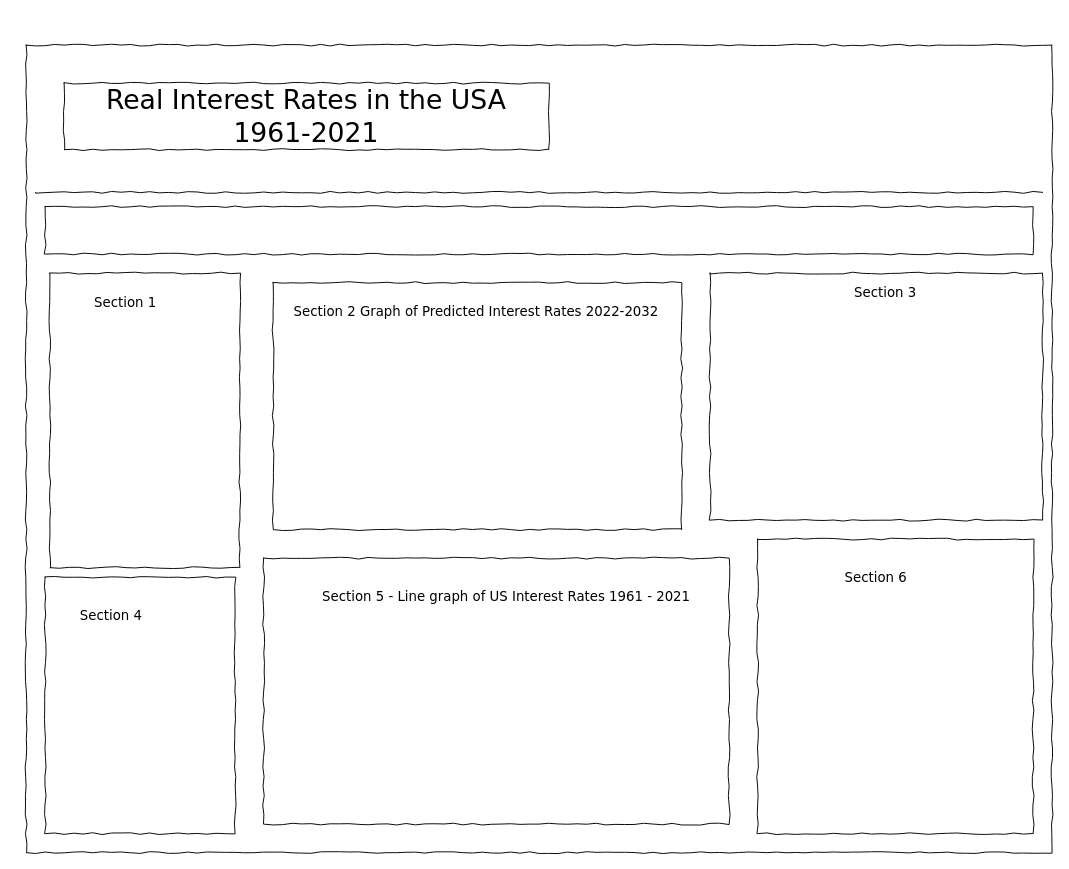
Above: Untitled Diagram.drawio in MariePCCT/Combined_CA_Marie (draw.io), before the change. Source tidied: cells renumbered, new cells numbered last; positions are measured from the earlier drawing's top-left corner, leaving out a move shared by most shapes. Both pictures are drawn from the tidied source at 95%, with x=0, y=0 at pixel (26, 45).
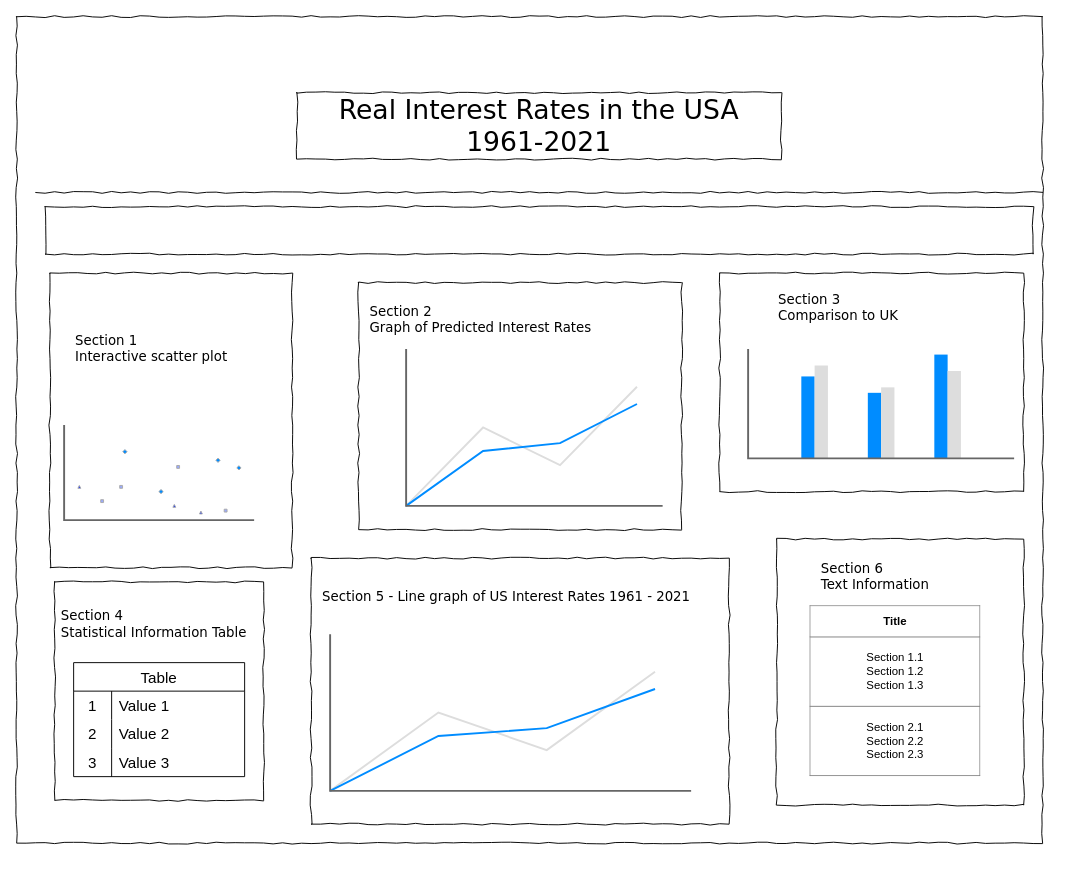
After the change.

Change to the diagram source:
```diff
@@
     <mxCell id="2" style="whiteSpace=wrap;html=1;rounded=0;shadow=0;labelBackgroundColor=none;strokeColor=#000000;strokeWidth=1;fillColor=none;fontFamily=Verdana;fontSize=12;fontColor=#000000;align=center;comic=1;" parent="1" vertex="1">
-      <mxGeometry width="1080" height="850" as="geometry" />
+      <mxGeometry x="-10" y="-30" width="1080" height="870" as="geometry" />
     </mxCell>
     <mxCell id="3" value="Real Interest Rates in the USA 1961-2021" style="whiteSpace=wrap;html=1;rounded=0;shadow=0;labelBackgroundColor=none;strokeWidth=1;fontFamily=Verdana;fontSize=28;align=center;comic=1;" parent="1" vertex="1">
-      <mxGeometry x="40" y="40" width="510" height="70" as="geometry" />
+      <mxGeometry x="285" y="50" width="510" height="70" as="geometry" />
     </mxCell>
     <mxCell id="4" style="whiteSpace=wrap;html=1;rounded=0;shadow=0;labelBackgroundColor=none;strokeWidth=1;fillColor=none;fontFamily=Verdana;fontSize=12;align=center;comic=1;" parent="1" vertex="1">
-      <mxGeometry x="20" y="560" width="200" height="270" as="geometry" />
+      <mxGeometry x="30" y="565" width="220" height="230" as="geometry" />
     </mxCell>
@@
-    <mxCell id="7" value="Section 3" style="text;html=1;align=left;verticalAlign=top;spacingTop=-4;fontSize=14;fontFamily=Verdana;" parent="1" vertex="1">
-      <mxGeometry x="870" y="250" width="60" height="20" as="geometry" />
+    <mxCell id="7" value="&lt;br&gt;Section 3&lt;br&gt;Comparison to UK" style="text;html=1;align=left;verticalAlign=top;spacingTop=-4;fontSize=14;fontFamily=Verdana;" parent="1" vertex="1">
+      <mxGeometry x="790" y="240" width="60" height="20" as="geometry" />
     </mxCell>
     <mxCell id="8" value="&lt;div style=&quot;text-align: justify&quot;&gt;&lt;br&gt;&lt;/div&gt;" style="whiteSpace=wrap;html=1;rounded=0;shadow=0;labelBackgroundColor=none;strokeWidth=1;fillColor=none;fontFamily=Verdana;fontSize=12;align=center;verticalAlign=top;spacing=10;comic=1;" parent="1" vertex="1">
-      <mxGeometry x="250" y="540" width="490" height="280" as="geometry" />
+      <mxGeometry x="300" y="540" width="440" height="280" as="geometry" />
     </mxCell>
     <mxCell id="9" style="whiteSpace=wrap;html=1;rounded=0;shadow=0;labelBackgroundColor=none;strokeWidth=1;fillColor=none;fontFamily=Verdana;fontSize=12;align=center;comic=1;" parent="1" vertex="1">
-      <mxGeometry x="260" y="250" width="430" height="260" as="geometry" />
+      <mxGeometry x="350" y="250" width="340" height="260" as="geometry" />
     </mxCell>
     <mxCell id="10" style="whiteSpace=wrap;html=1;rounded=0;shadow=0;labelBackgroundColor=none;strokeWidth=1;fillColor=none;fontFamily=Verdana;fontSize=12;align=center;comic=1;" parent="1" vertex="1">
-      <mxGeometry x="770" y="520" width="290" height="310" as="geometry" />
+      <mxGeometry x="790" y="520" width="260" height="280" as="geometry" />
     </mxCell>
-    <mxCell id="11" value="Section 4" style="text;html=1;align=left;verticalAlign=top;spacingTop=-4;fontSize=14;fontFamily=Verdana;" parent="1" vertex="1">
-      <mxGeometry x="55" y="590" width="170" height="20" as="geometry" />
+    <mxCell id="11" value="Section 4&lt;br&gt;Statistical Information Table" style="text;html=1;align=left;verticalAlign=top;spacingTop=-4;fontSize=14;fontFamily=Verdana;" parent="1" vertex="1">
+      <mxGeometry x="35" y="590" width="170" height="20" as="geometry" />
     </mxCell>
@@
-    <mxCell id="13" value="Section 6" style="text;html=1;align=left;verticalAlign=top;spacingTop=-4;fontSize=14;fontFamily=Verdana;" parent="1" vertex="1">
-      <mxGeometry x="860" y="550" width="170" height="20" as="geometry" />
+    <mxCell id="13" value="Section 6 &lt;br&gt;Text Information" style="text;html=1;align=left;verticalAlign=top;spacingTop=-4;fontSize=14;fontFamily=Verdana;" parent="1" vertex="1">
+      <mxGeometry x="835" y="540" width="170" height="20" as="geometry" />
     </mxCell>
     <mxCell id="14" style="whiteSpace=wrap;html=1;rounded=0;shadow=0;labelBackgroundColor=none;strokeWidth=1;fillColor=none;fontFamily=Verdana;fontSize=12;align=center;comic=1;" parent="1" vertex="1">
-      <mxGeometry x="25" y="240" width="200" height="310" as="geometry" />
+      <mxGeometry x="25" y="240" width="255" height="310" as="geometry" />
     </mxCell>
     <mxCell id="15" style="whiteSpace=wrap;html=1;rounded=0;shadow=0;labelBackgroundColor=none;strokeWidth=1;fillColor=none;fontFamily=Verdana;fontSize=12;align=center;comic=1;" parent="1" vertex="1">
-      <mxGeometry x="720" y="240" width="350" height="260" as="geometry" />
+      <mxGeometry x="730" y="240" width="320" height="230" as="geometry" />
     </mxCell>
-    <mxCell id="16" value="Section 1" style="text;html=1;align=left;verticalAlign=top;spacingTop=-4;fontSize=14;fontFamily=Verdana;" parent="1" vertex="1">
-      <mxGeometry x="70" y="260" width="60" height="20" as="geometry" />
+    <mxCell id="16" value="Section 1&lt;br&gt;Interactive scatter plot" style="text;html=1;align=left;verticalAlign=top;spacingTop=-4;fontSize=14;fontFamily=Verdana;" parent="1" vertex="1">
+      <mxGeometry x="50" y="300" width="60" height="20" as="geometry" />
     </mxCell>
-    <mxCell id="17" value="Section 2 Graph of Predicted Interest Rates 2022-2032" style="text;html=1;align=left;verticalAlign=top;spacingTop=-4;fontSize=14;fontFamily=Verdana;" parent="1" vertex="1">
-      <mxGeometry x="280" y="270" width="60" height="20" as="geometry" />
+    <mxCell id="17" value="Section 2 &lt;br&gt;Graph of Predicted Interest Rates" style="text;html=1;align=left;verticalAlign=top;spacingTop=-4;fontSize=14;fontFamily=Verdana;" parent="1" vertex="1">
+      <mxGeometry x="360" y="270" width="60" height="20" as="geometry" />
     </mxCell>
+    <mxCell id="18" style="verticalLabelPosition=bottom;shadow=0;dashed=0;align=center;html=1;verticalAlign=top;strokeWidth=1;shape=mxgraph.mockup.graphics.lineChart;strokeColor=none;strokeColor2=#666666;strokeColor3=#008cff;strokeColor4=#dddddd;" parent="1" vertex="1">
+      <mxGeometry x="400" y="320" width="270" height="165" as="geometry" />
+    </mxCell>
+    <mxCell id="19" style="verticalLabelPosition=bottom;shadow=0;dashed=0;align=center;html=1;verticalAlign=top;strokeWidth=1;shape=mxgraph.mockup.graphics.lineChart;strokeColor=none;strokeColor2=#666666;strokeColor3=#008cff;strokeColor4=#dddddd;" parent="1" vertex="1">
+      <mxGeometry x="320" y="620" width="380" height="165" as="geometry" />
+    </mxCell>
+    <mxCell id="20" style="verticalLabelPosition=bottom;shadow=0;dashed=0;align=center;html=1;verticalAlign=top;strokeWidth=1;shape=mxgraph.mockup.graphics.plotChart;strokeColor=none;strokeColor2=#aaaaaa;strokeColor3=#666666;fillColor2=#99aaff,#0022ff,#008cff;" parent="1" vertex="1">
+      <mxGeometry x="40" y="400" width="200" height="100" as="geometry" />
+    </mxCell>
+    <mxCell id="21" style="verticalLabelPosition=bottom;shadow=0;dashed=0;align=center;html=1;verticalAlign=top;strokeWidth=1;shape=mxgraph.mockup.graphics.columnChart;strokeColor=none;strokeColor2=none;strokeColor3=#666666;fillColor2=#008cff;fillColor3=#dddddd;" parent="1" vertex="1">
+      <mxGeometry x="760" y="320" width="280" height="115" as="geometry" />
+    </mxCell>
+    <mxCell id="22" value="Table" style="shape=table;startSize=30;childLayout=tableLayout;rowLines=0;fontStyle=0;strokeColor=default;fontSize=16;" parent="1" vertex="1">
+      <mxGeometry x="50" y="650" width="180" height="120" as="geometry" />
+    </mxCell>
+    <mxCell id="23" style="shape=tableRow;horizontal=0;startSize=0;swimlaneHead=0;swimlaneBody=0;top=0;left=0;bottom=0;right=0;fillColor=none;strokeColor=inherit;fontSize=16;" parent="22" vertex="1">
+      <mxGeometry y="30" width="180" height="30" as="geometry" />
+    </mxCell>
+    <mxCell id="24" value="1" style="shape=partialRectangle;html=1;whiteSpace=wrap;fillColor=none;top=0;left=0;bottom=0;right=0;overflow=hidden;strokeColor=inherit;fontSize=16;" parent="23" vertex="1">
+      <mxGeometry width="40" height="30" as="geometry" />
+    </mxCell>
+    <mxCell id="25" value="Value 1" style="shape=partialRectangle;html=1;whiteSpace=wrap;fillColor=none;top=0;left=0;bottom=0;right=0;align=left;spacingLeft=6;overflow=hidden;strokeColor=inherit;fontSize=16;" parent="23" vertex="1">
+      <mxGeometry x="40" width="140" height="30" as="geometry" />
+    </mxCell>
+    <mxCell id="26" style="shape=tableRow;horizontal=0;startSize=0;swimlaneHead=0;swimlaneBody=0;top=0;left=0;bottom=0;right=0;fillColor=none;strokeColor=inherit;fontSize=16;" parent="22" vertex="1">
+      <mxGeometry y="60" width="180" height="30" as="geometry" />
+    </mxCell>
+    <mxCell id="27" value="2" style="shape=partialRectangle;html=1;whiteSpace=wrap;fillColor=none;top=0;left=0;bottom=0;right=0;overflow=hidden;strokeColor=inherit;fontSize=16;" parent="26" vertex="1">
+      <mxGeometry width="40" height="30" as="geometry" />
+    </mxCell>
+    <mxCell id="28" value="Value 2" style="shape=partialRectangle;html=1;whiteSpace=wrap;fillColor=none;top=0;left=0;bottom=0;right=0;align=left;spacingLeft=6;overflow=hidden;strokeColor=inherit;fontSize=16;" parent="26" vertex="1">
+      <mxGeometry x="40" width="140" height="30" as="geometry" />
+    </mxCell>
+    <mxCell id="29" style="shape=tableRow;horizontal=0;startSize=0;swimlaneHead=0;swimlaneBody=0;top=0;left=0;bottom=0;right=0;fillColor=none;strokeColor=inherit;fontSize=16;" parent="22" vertex="1">
+      <mxGeometry y="90" width="180" height="30" as="geometry" />
+    </mxCell>
+    <mxCell id="30" value="3" style="shape=partialRectangle;html=1;whiteSpace=wrap;fillColor=none;top=0;left=0;bottom=0;right=0;overflow=hidden;strokeColor=inherit;fontSize=16;" parent="29" vertex="1">
+      <mxGeometry width="40" height="30" as="geometry" />
+    </mxCell>
+    <mxCell id="31" value="Value 3" style="shape=partialRectangle;html=1;whiteSpace=wrap;fillColor=none;top=0;left=0;bottom=0;right=0;align=left;spacingLeft=6;overflow=hidden;strokeColor=inherit;fontSize=16;" parent="29" vertex="1">
+      <mxGeometry x="40" width="140" height="30" as="geometry" />
+    </mxCell>
+    <mxCell id="32" value="&lt;table border=&quot;1&quot; width=&quot;100%&quot; height=&quot;100%&quot; cellpadding=&quot;4&quot; style=&quot;width:100%;height:100%;border-collapse:collapse;&quot;&gt;&lt;tr&gt;&lt;th align=&quot;center&quot;&gt;&lt;b&gt;Title&lt;/b&gt;&lt;/th&gt;&lt;/tr&gt;&lt;tr&gt;&lt;td align=&quot;center&quot;&gt;Section 1.1&#10;Section 1.2&#10;Section 1.3&lt;/td&gt;&lt;/tr&gt;&lt;tr&gt;&lt;td align=&quot;center&quot;&gt;Section 2.1&#10;Section 2.2&#10;Section 2.3&lt;/td&gt;&lt;/tr&gt;&lt;/table&gt;" style="text;html=1;whiteSpace=wrap;strokeColor=none;fillColor=none;overflow=fill;" parent="1" vertex="1">
+      <mxGeometry x="825" y="590" width="180" height="180" as="geometry" />
+    </mxCell>
```
